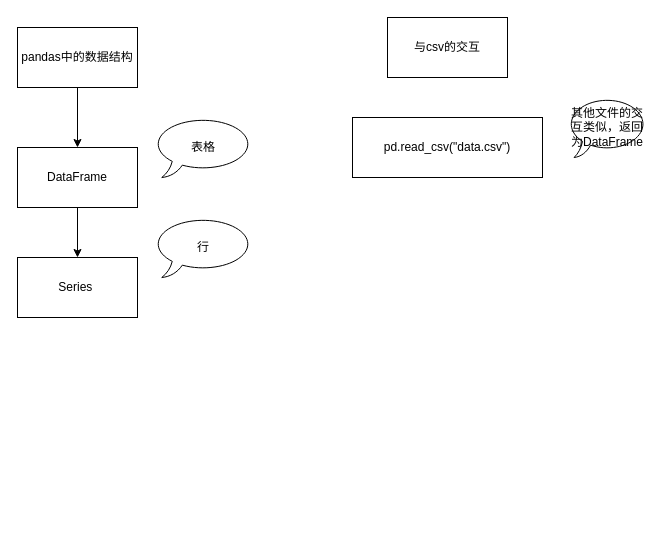
Earlier version of the draw.io diagram 数据处理/pandas.drawio (sunzx97/diagram). Source tidied: cells renumbered, new cells numbered last; positions are measured from the earlier drawing's top-left corner, leaving out a move shared by most shapes. Both pictures are drawn from the tidied source at 100%, with x=0, y=0 at pixel (17, 17).
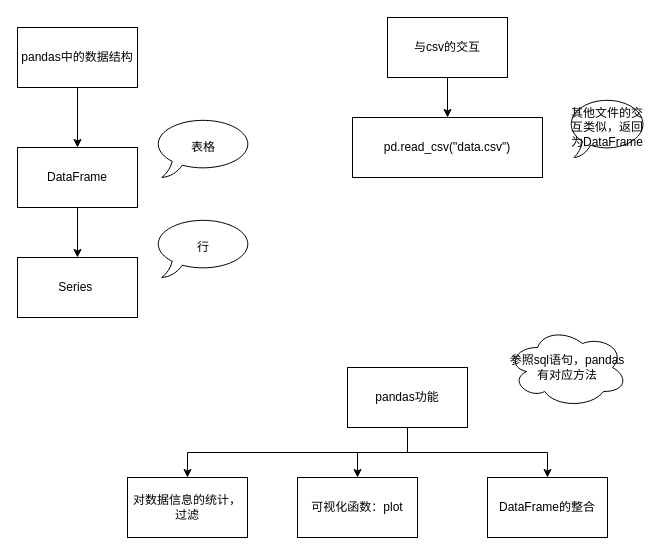
Above is the later version.

Unchanged cells that the change refers to:
```xml
<mxCell id="9" value="与csv的交互" style="rounded=0;whiteSpace=wrap;html=1;" parent="1" vertex="1">
  <mxGeometry x="370" width="120" height="60" as="geometry" />
</mxCell>
<mxCell id="10" value="pd.read_csv(&quot;data.csv&quot;)" style="rounded=0;whiteSpace=wrap;html=1;" parent="1" vertex="1">
  <mxGeometry x="335" y="100" width="190" height="60" as="geometry" />
</mxCell>
```

What changed in the source:
```diff
@@
+    <mxCell id="12" style="edgeStyle=orthogonalEdgeStyle;rounded=0;jettySize=auto;html=1;exitX=0.5;exitY=1;exitDx=0;exitDy=0;entryX=0.5;entryY=0;entryDx=0;entryDy=0;" parent="1" edge="1" source="9" target="10">
+      <mxGeometry relative="1" as="geometry" />
+    </mxCell>
@@
+    <mxCell id="13" style="edgeStyle=orthogonalEdgeStyle;rounded=0;jettySize=auto;html=1;exitX=0.5;exitY=1;exitDx=0;exitDy=0;entryX=0.5;entryY=0;entryDx=0;entryDy=0;" parent="1" edge="1" source="16" target="17">
+      <mxGeometry relative="1" as="geometry" />
+    </mxCell>
+    <mxCell id="14" style="edgeStyle=orthogonalEdgeStyle;rounded=0;jettySize=auto;html=1;exitX=0.5;exitY=1;exitDx=0;exitDy=0;entryX=0.5;entryY=0;entryDx=0;entryDy=0;" parent="1" edge="1" source="16" target="18">
+      <mxGeometry relative="1" as="geometry" />
+    </mxCell>
+    <mxCell id="15" style="edgeStyle=orthogonalEdgeStyle;rounded=0;jettySize=auto;html=1;exitX=0.5;exitY=1;exitDx=0;exitDy=0;" parent="1" edge="1" source="16" target="19">
+      <mxGeometry relative="1" as="geometry" />
+    </mxCell>
+    <mxCell id="16" value="pandas功能" style="rounded=0;whiteSpace=wrap;html=1;" parent="1" vertex="1">
+      <mxGeometry x="330" y="350" width="120" height="60" as="geometry" />
+    </mxCell>
+    <mxCell id="17" value="对数据信息的统计，过滤" style="rounded=0;whiteSpace=wrap;html=1;" parent="1" vertex="1">
+      <mxGeometry x="110" y="460" width="120" height="60" as="geometry" />
+    </mxCell>
+    <mxCell id="18" value="可视化函数：plot" style="rounded=0;whiteSpace=wrap;html=1;" parent="1" vertex="1">
+      <mxGeometry x="280" y="460" width="120" height="60" as="geometry" />
+    </mxCell>
+    <mxCell id="19" value="DataFrame的整合" style="rounded=0;whiteSpace=wrap;html=1;" parent="1" vertex="1">
+      <mxGeometry x="470" y="460" width="120" height="60" as="geometry" />
+    </mxCell>
+    <mxCell id="20" value="参照sql语句，pandas有对应方法" style="ellipse;shape=cloud;whiteSpace=wrap;html=1;" parent="1" vertex="1">
+      <mxGeometry x="490" y="310" width="120" height="80" as="geometry" />
+    </mxCell>
```
